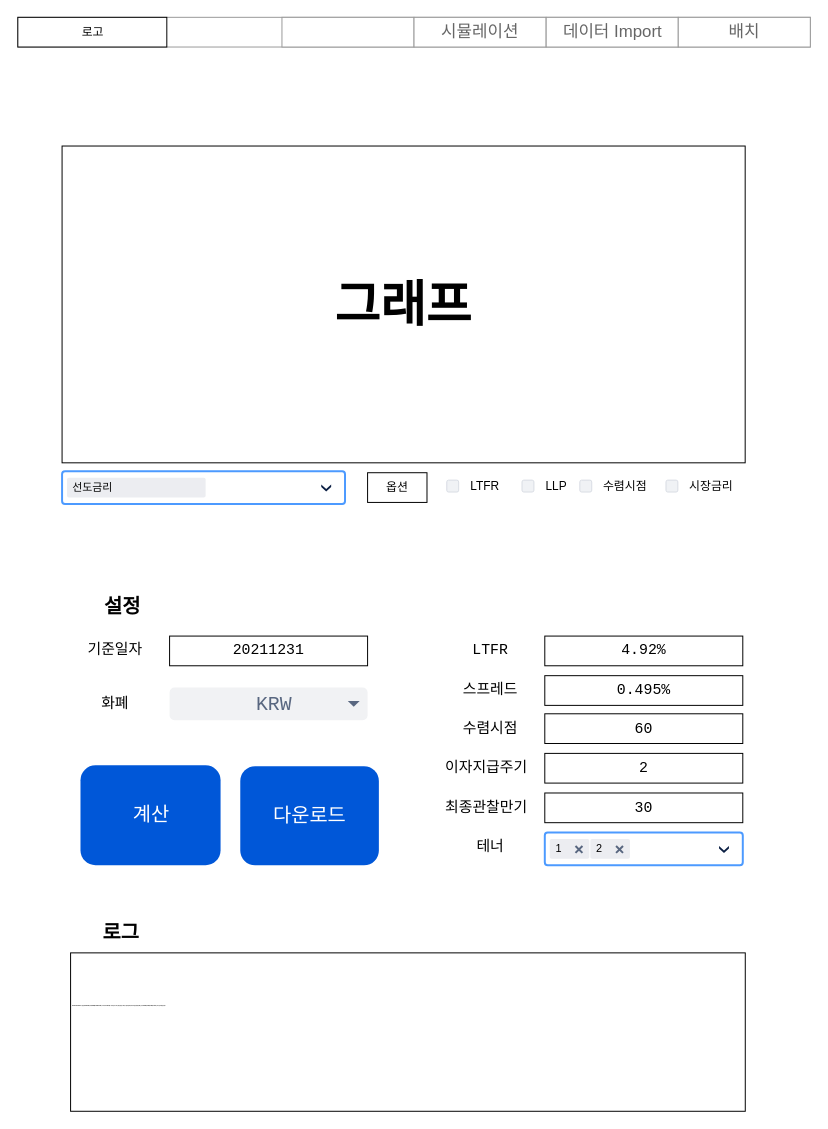
The draw.io diagram page "Page-2" (2 of 2) of api-server/화면설계.drawio in lee3jjang/fss_scenario, before the edit. Source tidied: cells renumbered, new cells numbered last; positions are measured from the earlier drawing's top-left corner, leaving out a move shared by most shapes. Both pictures are drawn from the tidied source at 99%, with x=0, y=0 at pixel (18, 17).
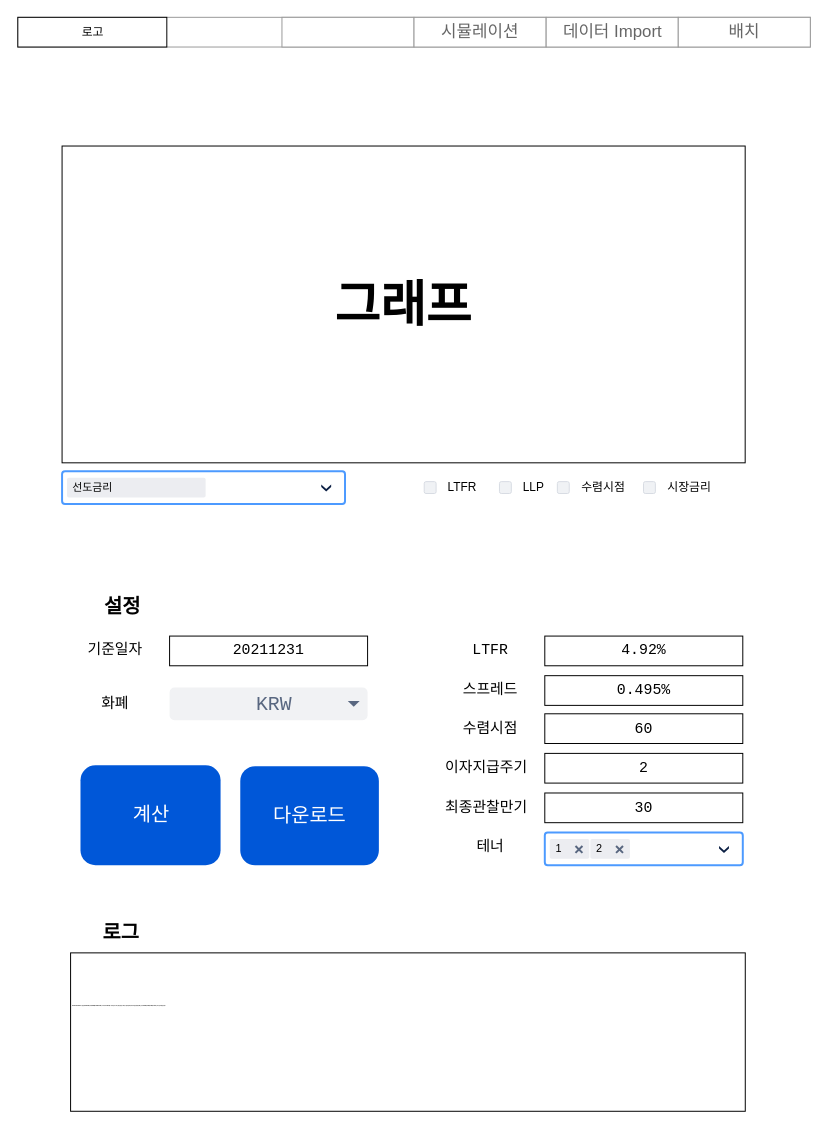
After the change.

The edit, as a diff of the source:
```diff
@@
     <mxCell id="43" value="LTFR" style="rounded=1;fillColor=#F0F2F5;strokeColor=#D8DCE3;align=left;verticalAlign=middle;fontStyle=0;fontSize=12;labelPosition=right;verticalLabelPosition=middle;spacingLeft=10;html=1;shadow=0;dashed=0;" parent="1" vertex="1">
-      <mxGeometry x="432.8" y="467.5" width="12" height="12" as="geometry" />
+      <mxGeometry x="410" y="469" width="12" height="12" as="geometry" />
     </mxCell>
     <mxCell id="44" value="LLP" style="rounded=1;fillColor=#F0F2F5;strokeColor=#D8DCE3;align=left;verticalAlign=middle;fontStyle=0;fontSize=12;labelPosition=right;verticalLabelPosition=middle;spacingLeft=10;html=1;shadow=0;dashed=0;" parent="1" vertex="1">
-      <mxGeometry x="508.8" y="467.5" width="12" height="12" as="geometry" />
+      <mxGeometry x="486" y="469" width="12" height="12" as="geometry" />
     </mxCell>
     <mxCell id="45" value="수렴시점" style="rounded=1;fillColor=#F0F2F5;strokeColor=#D8DCE3;align=left;verticalAlign=middle;fontStyle=0;fontSize=12;labelPosition=right;verticalLabelPosition=middle;spacingLeft=10;html=1;shadow=0;dashed=0;" parent="1" vertex="1">
-      <mxGeometry x="567.2" y="467.5" width="12" height="12" as="geometry" />
+      <mxGeometry x="544.5" y="469" width="12" height="12" as="geometry" />
     </mxCell>
     <mxCell id="46" value="시장금리" style="rounded=1;fillColor=#F0F2F5;strokeColor=#D8DCE3;align=left;verticalAlign=middle;fontStyle=0;fontSize=12;labelPosition=right;verticalLabelPosition=middle;spacingLeft=10;html=1;shadow=0;dashed=0;" parent="1" vertex="1">
-      <mxGeometry x="654.2" y="467.5" width="12" height="12" as="geometry" />
+      <mxGeometry x="631.5" y="469" width="12" height="12" as="geometry" />
     </mxCell>
-    <mxCell id="47" value="옵션" style="rounded=0;whiteSpace=wrap;html=1;" parent="1" vertex="1">
-      <mxGeometry x="352.8" y="460" width="60" height="30" as="geometry" />
-    </mxCell>
```
